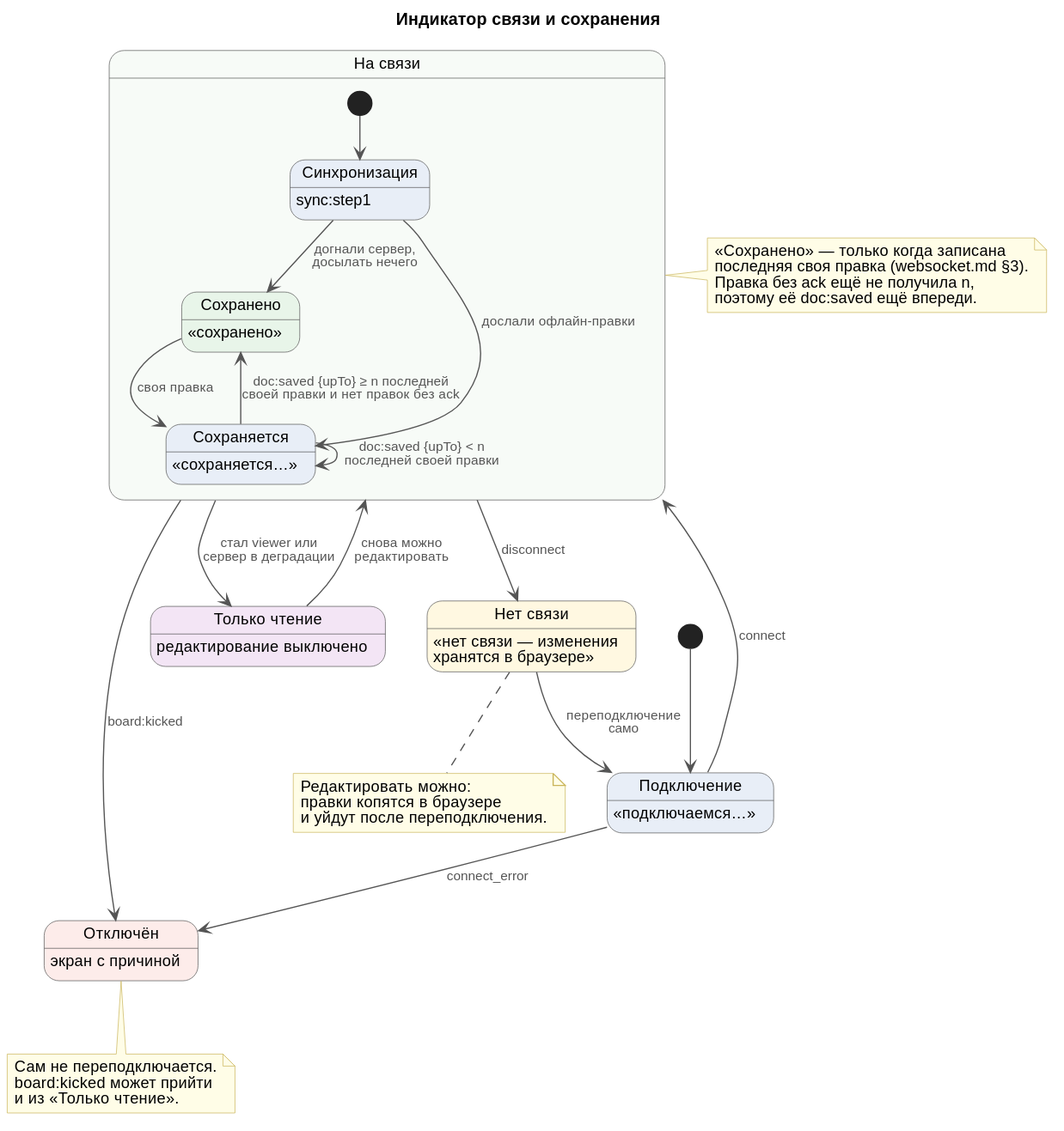
This is docs/system-design/frontend/save-status.svg from fanera-team/fanera, a PlantUML export, as it was before one commit.
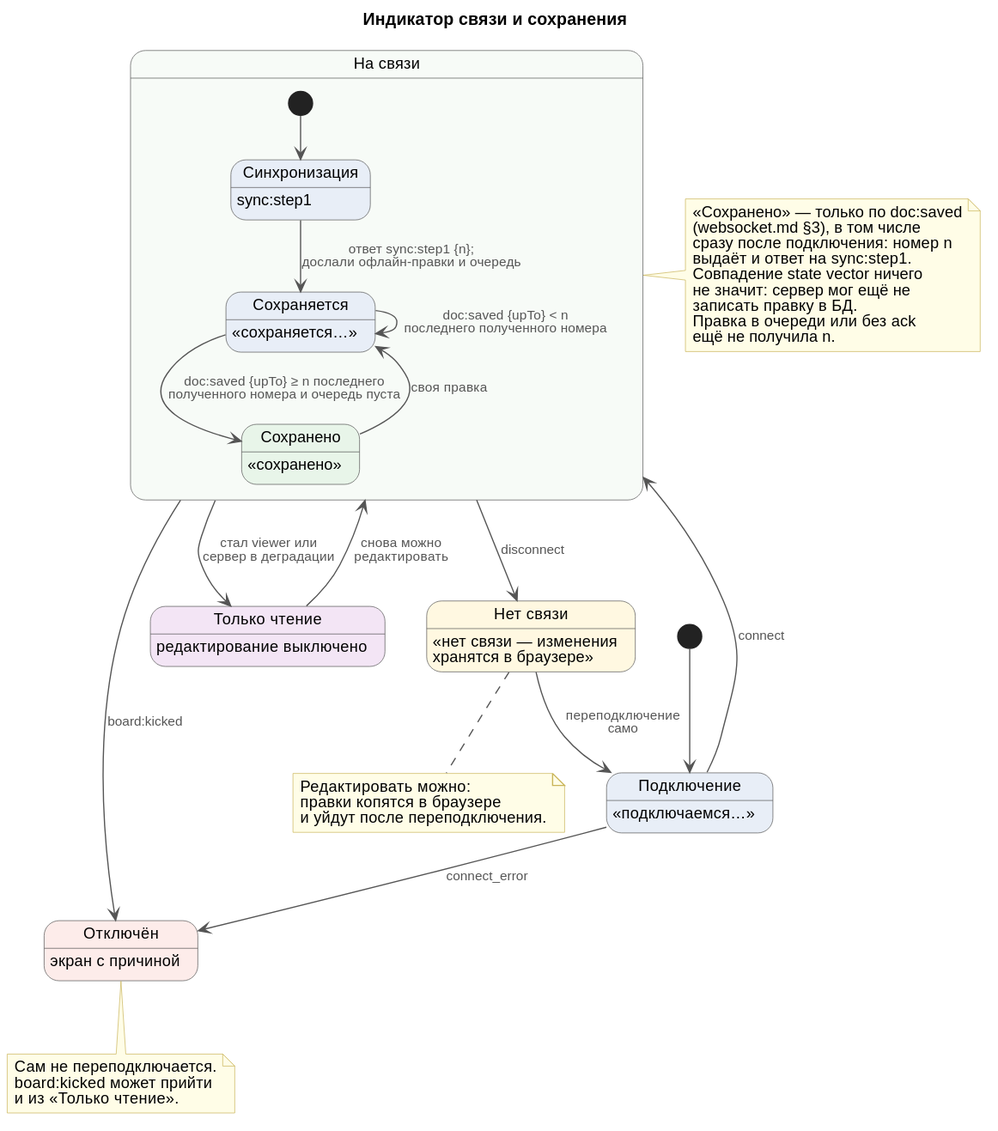
After the change.

The edit, as a diff of the source:
```diff
@@ -23,18 +23,22 @@
   state "Сохраняется" as Saving : «сохраняется…»
 
   [*] --> Syncing
-  Syncing --> Saved : догнали сервер,\nдосылать нечего
-  Syncing --> Saving : дослали офлайн-правки
+  Syncing --> Saving : ответ sync:step1 {n};\nдослали офлайн-правки и очередь
   Saved --> Saving : своя правка
-  Saving --> Saving : doc:saved {upTo} < n\nпоследней своей правки
-  Saving --> Saved : doc:saved {upTo} ≥ n последней\nсвоей правки и нет правок без ack
+  Saving --> Saving : doc:saved {upTo} < n\nпоследнего полученного номера
+  Saving --> Saved : doc:saved {upTo} ≥ n последнего\nполученного номера и очередь пуста
 }
 
 note right of Online
-  «Сохранено» — только когда записана
-  последняя своя правка (websocket.md §3).
-  Правка без ack ещё не получила n,
-  поэтому её doc:saved ещё впереди.
+  «Сохранено» — только по doc:saved
+  (websocket.md §3), в том числе
+  сразу после подключения: номер n
+  выдаёт и ответ на sync:step1.
+  Совпадение state vector ничего
+  не значит: сервер мог ещё не
+  записать правку в БД.
+  Правка в очереди или без ack
+  ещё не получила n.
 end note
 
 state "Нет связи" as Offline #FFF8E1 : «нет связи — изменения\nхранятся в браузере»
```
